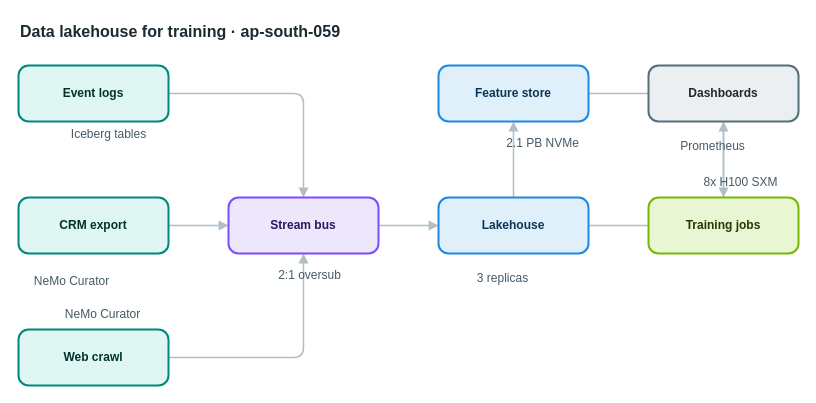
Before: apps/web/public/samples/library/059-data-lakehouse-for-training.drawio in AryanG01/open-apprentice, a draw.io diagram. Source tidied: cells renumbered, new cells numbered last; positions are measured from the earlier drawing's top-left corner, leaving out a move shared by most shapes. Both pictures are drawn from the tidied source at 100%, with x=0, y=0 at pixel (18, 17).
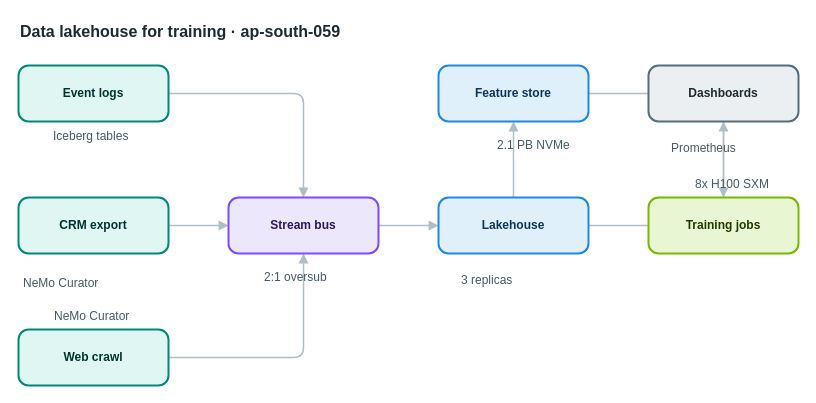
Above is the later version.

What changed in the source:
```diff
@@
-    <mxCell id="18" value="Iceberg tables" style="text;html=1;align=center;verticalAlign=middle;whiteSpace=nowrap;strokeColor=none;fillColor=none;fontSize=12;fontColor=#455a64;" parent="1" vertex="1">
+    <mxCell id="18" value="Iceberg tables" style="text;html=1;align=left;verticalAlign=top;whiteSpace=nowrap;spacing=0;spacingTop=0;strokeColor=none;fillColor=none;fontSize=12;fontColor=#455a64;" parent="1" vertex="1">
       <mxGeometry x="35" y="107" width="110" height="20" as="geometry" />
     </mxCell>
-    <mxCell id="19" value="NeMo Curator" style="text;html=1;align=center;verticalAlign=middle;whiteSpace=nowrap;strokeColor=none;fillColor=none;fontSize=12;fontColor=#455a64;" parent="1" vertex="1">
+    <mxCell id="19" value="NeMo Curator" style="text;html=1;align=left;verticalAlign=top;whiteSpace=nowrap;spacing=0;spacingTop=0;strokeColor=none;fillColor=none;fontSize=12;fontColor=#455a64;" parent="1" vertex="1">
       <mxGeometry x="5" y="254" width="96" height="20" as="geometry" />
     </mxCell>
-    <mxCell id="20" value="NeMo Curator" style="text;html=1;align=center;verticalAlign=middle;whiteSpace=nowrap;strokeColor=none;fillColor=none;fontSize=12;fontColor=#455a64;" parent="1" vertex="1">
+    <mxCell id="20" value="NeMo Curator" style="text;html=1;align=left;verticalAlign=top;whiteSpace=nowrap;spacing=0;spacingTop=0;strokeColor=none;fillColor=none;fontSize=12;fontColor=#455a64;" parent="1" vertex="1">
       <mxGeometry x="36" y="287" width="96" height="20" as="geometry" />
     </mxCell>
-    <mxCell id="21" value="2:1 oversub" style="text;html=1;align=center;verticalAlign=middle;whiteSpace=nowrap;strokeColor=none;fillColor=none;fontSize=12;fontColor=#455a64;" parent="1" vertex="1">
+    <mxCell id="21" value="2:1 oversub" style="text;html=1;align=left;verticalAlign=top;whiteSpace=nowrap;spacing=0;spacingTop=0;strokeColor=none;fillColor=none;fontSize=12;fontColor=#455a64;" parent="1" vertex="1">
       <mxGeometry x="246" y="248" width="89" height="20" as="geometry" />
     </mxCell>
-    <mxCell id="22" value="3 replicas" style="text;html=1;align=center;verticalAlign=middle;whiteSpace=nowrap;strokeColor=none;fillColor=none;fontSize=12;fontColor=#455a64;" parent="1" vertex="1">
+    <mxCell id="22" value="3 replicas" style="text;html=1;align=left;verticalAlign=top;whiteSpace=nowrap;spacing=0;spacingTop=0;strokeColor=none;fillColor=none;fontSize=12;fontColor=#455a64;" parent="1" vertex="1">
       <mxGeometry x="443" y="251" width="82" height="20" as="geometry" />
     </mxCell>
-    <mxCell id="23" value="2.1 PB NVMe" style="text;html=1;align=center;verticalAlign=middle;whiteSpace=nowrap;strokeColor=none;fillColor=none;fontSize=12;fontColor=#455a64;" parent="1" vertex="1">
+    <mxCell id="23" value="2.1 PB NVMe" style="text;html=1;align=left;verticalAlign=top;whiteSpace=nowrap;spacing=0;spacingTop=0;strokeColor=none;fillColor=none;fontSize=12;fontColor=#455a64;" parent="1" vertex="1">
       <mxGeometry x="479" y="116" width="89" height="20" as="geometry" />
     </mxCell>
-    <mxCell id="24" value="8x H100 SXM" style="text;html=1;align=center;verticalAlign=middle;whiteSpace=nowrap;strokeColor=none;fillColor=none;fontSize=12;fontColor=#455a64;" parent="1" vertex="1">
+    <mxCell id="24" value="8x H100 SXM" style="text;html=1;align=left;verticalAlign=top;whiteSpace=nowrap;spacing=0;spacingTop=0;strokeColor=none;fillColor=none;fontSize=12;fontColor=#455a64;" parent="1" vertex="1">
       <mxGeometry x="677" y="155" width="89" height="20" as="geometry" />
     </mxCell>
-    <mxCell id="25" value="Prometheus" style="text;html=1;align=center;verticalAlign=middle;whiteSpace=nowrap;strokeColor=none;fillColor=none;fontSize=12;fontColor=#455a64;" parent="1" vertex="1">
+    <mxCell id="25" value="Prometheus" style="text;html=1;align=left;verticalAlign=top;whiteSpace=nowrap;spacing=0;spacingTop=0;strokeColor=none;fillColor=none;fontSize=12;fontColor=#455a64;" parent="1" vertex="1">
       <mxGeometry x="653" y="119" width="82" height="20" as="geometry" />
     </mxCell>
```
